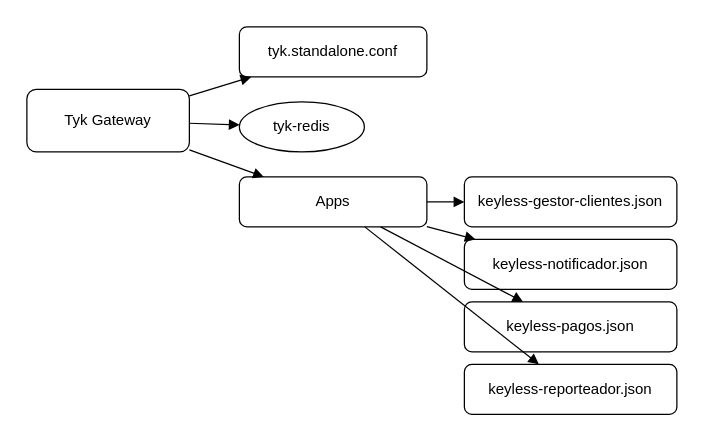
Earlier version of the draw.io diagram page "Elementos Tyk" (3 of 3) of docs/global-surance.drawio (AngelJanvier01/docker-microservicios). Source tidied: cells renumbered, new cells numbered last; positions are measured from the earlier drawing's top-left corner, leaving out a move shared by most shapes. Both pictures are drawn from the tidied source at 125%, with x=0, y=0 at pixel (26, 26).
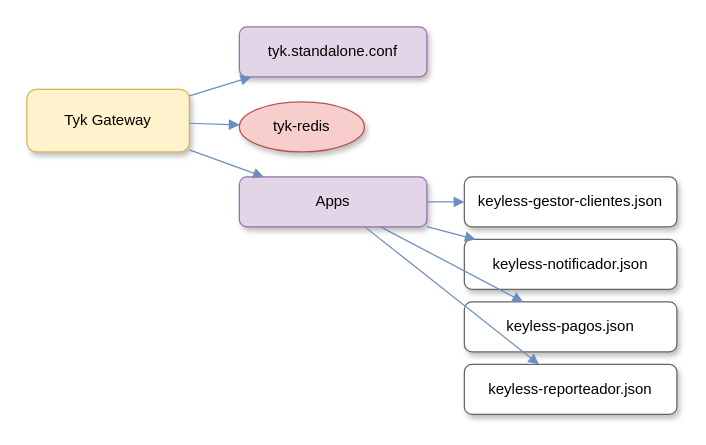
The same page after the edit.

Change to the diagram source:
```diff
@@
 <mxGraphModel>
   <root>
     <mxCell id="0" />
     <mxCell id="1" parent="0" />
-    <mxCell id="2" value="Tyk Gateway" style="rounded=1;whiteSpace=wrap;html=1;" parent="1" vertex="1">
+    <mxCell id="2" value="Tyk Gateway" style="rounded=1;whiteSpace=wrap;html=1;fillColor=#fff2cc;strokeColor=#d6b656;shadow=1;fontSize=12;" parent="1" vertex="1">
       <mxGeometry y="50" width="130" height="50" as="geometry" />
     </mxCell>
-    <mxCell id="3" value="tyk.standalone.conf" style="rounded=1;whiteSpace=wrap;html=1;" parent="1" vertex="1">
+    <mxCell id="3" value="tyk.standalone.conf" style="rounded=1;whiteSpace=wrap;html=1;fillColor=#e1d5e7;strokeColor=#9673a6;shadow=1;fontSize=12;" parent="1" vertex="1">
       <mxGeometry x="170" width="150" height="40" as="geometry" />
     </mxCell>
-    <mxCell id="4" value="tyk-redis" style="ellipse;whiteSpace=wrap;html=1;" parent="1" vertex="1">
+    <mxCell id="4" value="tyk-redis" style="ellipse;whiteSpace=wrap;html=1;fillColor=#f8cecc;strokeColor=#b85450;shadow=1;fontSize=12;" parent="1" vertex="1">
       <mxGeometry x="170" y="60" width="100" height="40" as="geometry" />
     </mxCell>
-    <mxCell id="5" value="Apps" style="rounded=1;whiteSpace=wrap;html=1;" parent="1" vertex="1">
+    <mxCell id="5" value="Apps" style="rounded=1;whiteSpace=wrap;html=1;fillColor=#e1d5e7;strokeColor=#9673a6;shadow=1;fontSize=12;" parent="1" vertex="1">
       <mxGeometry x="170" y="120" width="150" height="40" as="geometry" />
     </mxCell>
-    <mxCell id="6" value="keyless-gestor-clientes.json" style="rounded=1;whiteSpace=wrap;html=1;" parent="1" vertex="1">
+    <mxCell id="6" value="keyless-gestor-clientes.json" style="rounded=1;whiteSpace=wrap;html=1;fillColor=#ffffff;strokeColor=#666666;shadow=1;fontSize=12;" parent="1" vertex="1">
       <mxGeometry x="350" y="120" width="170" height="40" as="geometry" />
     </mxCell>
-    <mxCell id="7" value="keyless-notificador.json" style="rounded=1;whiteSpace=wrap;html=1;" parent="1" vertex="1">
+    <mxCell id="7" value="keyless-notificador.json" style="rounded=1;whiteSpace=wrap;html=1;fillColor=#ffffff;strokeColor=#666666;shadow=1;fontSize=12;" parent="1" vertex="1">
       <mxGeometry x="350" y="170" width="170" height="40" as="geometry" />
     </mxCell>
-    <mxCell id="8" value="keyless-pagos.json" style="rounded=1;whiteSpace=wrap;html=1;" parent="1" vertex="1">
+    <mxCell id="8" value="keyless-pagos.json" style="rounded=1;whiteSpace=wrap;html=1;fillColor=#ffffff;strokeColor=#666666;shadow=1;fontSize=12;" parent="1" vertex="1">
       <mxGeometry x="350" y="220" width="170" height="40" as="geometry" />
     </mxCell>
-    <mxCell id="9" value="keyless-reporteador.json" style="rounded=1;whiteSpace=wrap;html=1;" parent="1" vertex="1">
+    <mxCell id="9" value="keyless-reporteador.json" style="rounded=1;whiteSpace=wrap;html=1;fillColor=#ffffff;strokeColor=#666666;shadow=1;fontSize=12;" parent="1" vertex="1">
       <mxGeometry x="350" y="270" width="170" height="40" as="geometry" />
     </mxCell>
-    <mxCell id="10" style="endArrow=block;html=1;" parent="1" edge="1" source="2" target="3">
+    <mxCell id="10" style="endArrow=block;html=1;strokeColor=#6c8ebf;" parent="1" edge="1" source="2" target="3">
       <mxGeometry relative="1" as="geometry" />
     </mxCell>
-    <mxCell id="11" style="endArrow=block;html=1;" parent="1" edge="1" source="2" target="4">
+    <mxCell id="11" style="endArrow=block;html=1;strokeColor=#6c8ebf;" parent="1" edge="1" source="2" target="4">
       <mxGeometry relative="1" as="geometry" />
     </mxCell>
-    <mxCell id="12" style="endArrow=block;html=1;" parent="1" edge="1" source="2" target="5">
+    <mxCell id="12" style="endArrow=block;html=1;strokeColor=#6c8ebf;" parent="1" edge="1" source="2" target="5">
       <mxGeometry relative="1" as="geometry" />
     </mxCell>
-    <mxCell id="13" style="endArrow=block;html=1;" parent="1" edge="1" source="5" target="6">
+    <mxCell id="13" style="endArrow=block;html=1;strokeColor=#6c8ebf;" parent="1" edge="1" source="5" target="6">
       <mxGeometry relative="1" as="geometry" />
     </mxCell>
-    <mxCell id="14" style="endArrow=block;html=1;" parent="1" edge="1" source="5" target="7">
+    <mxCell id="14" style="endArrow=block;html=1;strokeColor=#6c8ebf;" parent="1" edge="1" source="5" target="7">
       <mxGeometry relative="1" as="geometry" />
     </mxCell>
-    <mxCell id="15" style="endArrow=block;html=1;" parent="1" edge="1" source="5" target="8">
+    <mxCell id="15" style="endArrow=block;html=1;strokeColor=#6c8ebf;" parent="1" edge="1" source="5" target="8">
       <mxGeometry relative="1" as="geometry" />
     </mxCell>
-    <mxCell id="16" style="endArrow=block;html=1;" parent="1" edge="1" source="5" target="9">
+    <mxCell id="16" style="endArrow=block;html=1;strokeColor=#6c8ebf;" parent="1" edge="1" source="5" target="9">
       <mxGeometry relative="1" as="geometry" />
     </mxCell>
   </root>
 </mxGraphModel>
```
